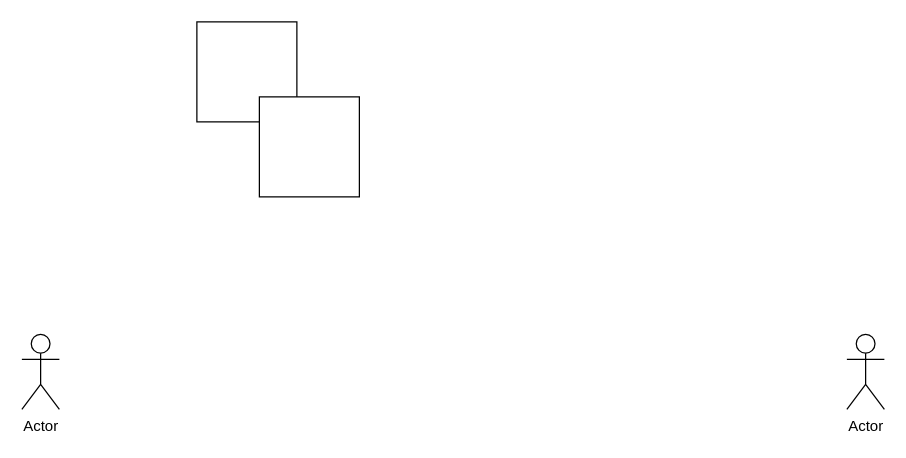
Earlier version of the draw.io diagram Diagrama sem nome.drawio (gumarson/SQL-Querys). Source tidied: cells renumbered, new cells numbered last; positions are measured from the earlier drawing's top-left corner, leaving out a move shared by most shapes. Both pictures are drawn from the tidied source at 125%, with x=0, y=0 at pixel (21, 21).
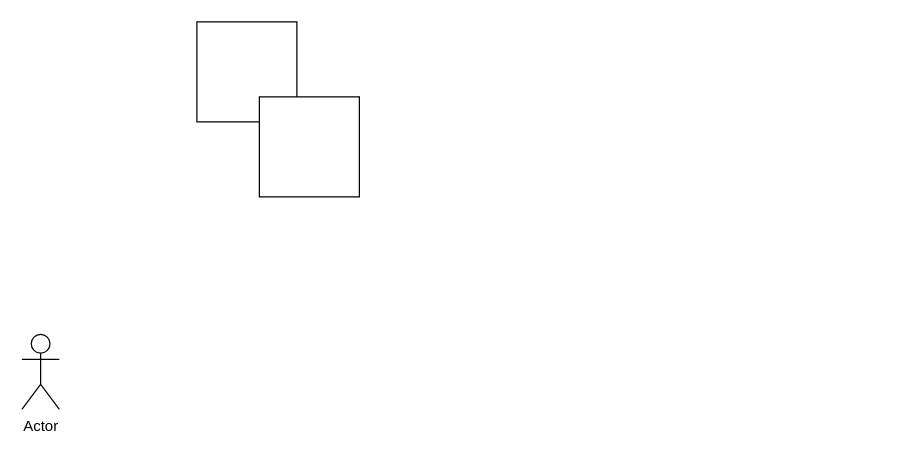
The same diagram, later.

Commit message:
2 quadrados 1 pessoa e nenhum mike :(

Diff of the diagram source:
```diff
@@
 <mxGraphModel>
   <root>
     <mxCell id="0" />
     <mxCell id="1" parent="0" />
     <mxCell id="2" style="whiteSpace=wrap;html=1;" parent="1" vertex="1">
       <mxGeometry x="140" width="80" height="80" as="geometry" />
     </mxCell>
     <mxCell id="3" style="whiteSpace=wrap;html=1;" parent="1" vertex="1">
       <mxGeometry x="190" y="60" width="80" height="80" as="geometry" />
     </mxCell>
     <mxCell id="4" value="Actor" style="shape=umlActor;verticalLabelPosition=bottom;verticalAlign=top;html=1;" parent="1" vertex="1">
       <mxGeometry y="250" width="30" height="60" as="geometry" />
     </mxCell>
-    <mxCell id="5" value="Actor" style="shape=umlActor;verticalLabelPosition=bottom;verticalAlign=top;html=1;" parent="1" vertex="1">
-      <mxGeometry x="660" y="250" width="30" height="60" as="geometry" />
-    </mxCell>
   </root>
 </mxGraphModel>
```
